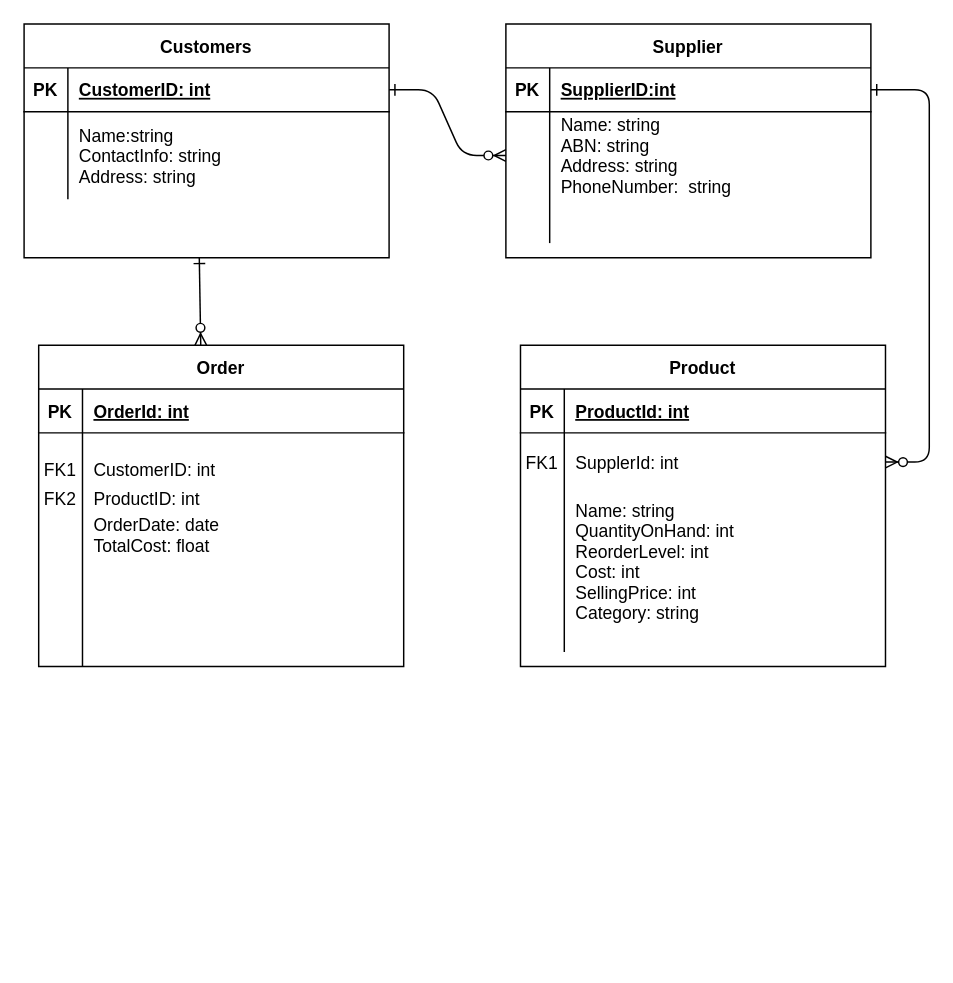
Anilparajuli4/Filmyverse keeps this draw.io diagram as Untitled Diagram.drawio. Above is the earlier version. Source tidied: cells renumbered, new cells numbered last; positions are measured from the earlier drawing's top-left corner, leaving out a move shared by most shapes. Both pictures are drawn from the tidied source at 146%, with x=0, y=0 at pixel (23, 23).
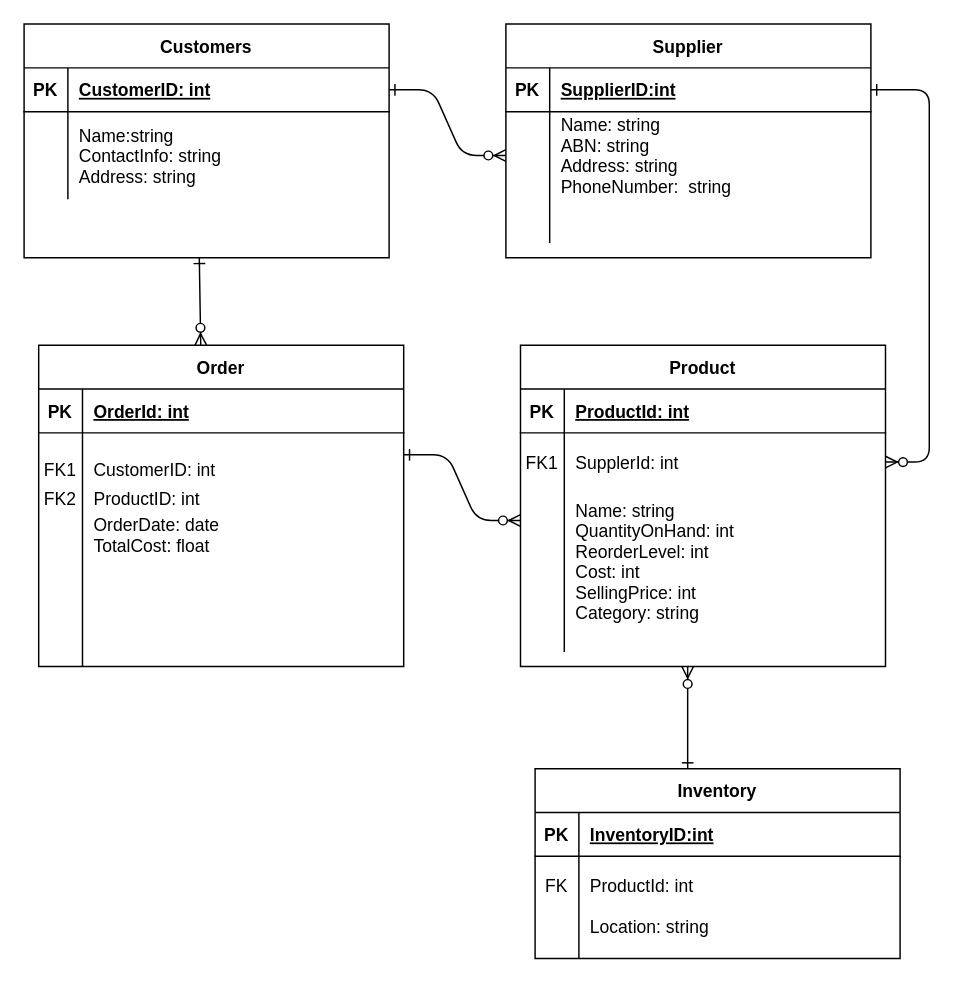
After the change.

What changed in the source:
```diff
@@
+    <mxCell id="45" style="edgeStyle=entityRelationEdgeStyle;endArrow=ERzeroToMany;startArrow=ERone;endFill=1;startFill=0;" parent="1" edge="1">
+      <mxGeometry relative="1" as="geometry">
+        <mxPoint x="260" y="295" as="sourcePoint" />
+        <mxPoint x="340" y="340" as="targetPoint" />
+      </mxGeometry>
+    </mxCell>
+    <mxCell id="46" value="Inventory" style="shape=table;startSize=30;childLayout=tableLayout;rowLines=0;fontStyle=1;align=center;" parent="1" vertex="1">
+      <mxGeometry x="350" y="510" width="250" height="130" as="geometry" />
+    </mxCell>
+    <mxCell id="47" style="shape=partialRectangle;fillColor=none;top=0;left=0;right=0;bottom=1;" parent="46" vertex="1">
+      <mxGeometry y="30" width="250" height="30" as="geometry" />
+    </mxCell>
+    <mxCell id="48" value="PK" style="shape=partialRectangle;overflow=hidden;fillColor=none;top=0;left=0;bottom=0;right=0;fontStyle=1;" parent="47" vertex="1">
+      <mxGeometry width="30" height="30" as="geometry" />
+    </mxCell>
+    <mxCell id="49" value="InventoryID:int" style="shape=partialRectangle;overflow=hidden;fillColor=none;top=0;left=0;bottom=0;right=0;align=left;spacingLeft=6;fontStyle=5;" parent="47" vertex="1">
+      <mxGeometry x="30" width="220" height="30" as="geometry" />
+    </mxCell>
+    <mxCell id="50" style="shape=partialRectangle;fillColor=none;top=0;left=0;right=0;bottom=0;" parent="46" vertex="1">
+      <mxGeometry y="60" width="250" height="40" as="geometry" />
+    </mxCell>
+    <mxCell id="51" value="FK" style="shape=partialRectangle;overflow=hidden;fillColor=none;top=0;left=0;bottom=0;right=0;" parent="50" vertex="1">
+      <mxGeometry width="30" height="40" as="geometry" />
+    </mxCell>
+    <mxCell id="52" value="ProductId: int" style="shape=partialRectangle;overflow=hidden;fillColor=none;top=0;left=0;bottom=0;right=0;align=left;spacingLeft=6;" parent="50" vertex="1">
+      <mxGeometry x="30" width="220" height="40" as="geometry" />
+    </mxCell>
+    <mxCell id="53" style="shape=partialRectangle;fillColor=none;top=0;left=0;right=0;bottom=0;" parent="46" vertex="1">
+      <mxGeometry y="100" width="250" height="30" as="geometry" />
+    </mxCell>
+    <mxCell id="54" style="shape=partialRectangle;overflow=hidden;fillColor=none;top=0;left=0;bottom=0;right=0;" parent="53" vertex="1">
+      <mxGeometry width="30" height="30" as="geometry" />
+    </mxCell>
+    <mxCell id="55" value="Location: string&#10;&#10;" style="shape=partialRectangle;overflow=hidden;fillColor=none;top=0;left=0;bottom=0;right=0;align=left;spacingLeft=6;" parent="53" vertex="1">
+      <mxGeometry x="30" width="220" height="30" as="geometry" />
+    </mxCell>
+    <mxCell id="56" style="endArrow=ERzeroToMany;startArrow=ERone;endFill=1;startFill=0;" parent="1" edge="1">
+      <mxGeometry relative="1" as="geometry">
+        <mxPoint x="454.5" y="510" as="sourcePoint" />
+        <mxPoint x="454.5" y="440" as="targetPoint" />
+      </mxGeometry>
+    </mxCell>
```
